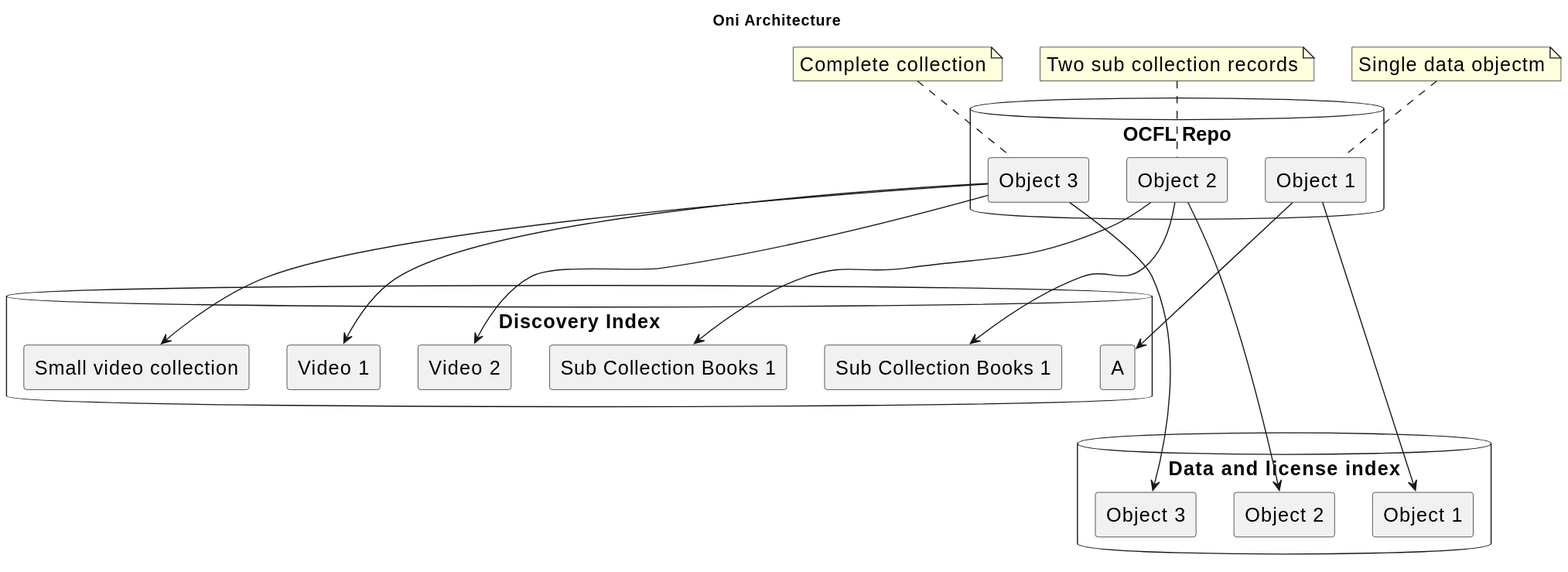
The PlantUML diagram oni/oni_diagrams_oni-architecture.svg in Language-Research-Technology/plantuml-diagrams, before a commit. Its diagram source:
```plantuml
@startuml
skinparam defaultFontSize 18
title: Oni Architecture

database "Discovery Index" {
    rectangle "A" {

    }
        rectangle "Object, Diaglogue" as A {

    }
        rectangle "Sub Collection Books 1" as B {

    }
        rectangle "Sub Collection Books 1" as C {

    }
        rectangle "Small video collection"  as D{

    }
        rectangle "Video 1" as E {

    }
           rectangle "Video 2" as F {

    }

}

database "Data and license index" {
       rectangle "Object 1" as o1 {

    }
    rectangle "Object 2" as o2 {

    }
   rectangle "Object 3" as o3 {

    }

}



database "OCFL Repo" as repo {
    rectangle "Object 1" as ro1 {

    }
    rectangle "Object 2"  as ro2 {

    }
   rectangle "Object 3" as ro3 {

    }
}

note top of ro3: Complete collection
note top of ro2: Two sub collection records
note top of ro1: Single data objectm
ro1 ---> A
ro2 ---> B
ro2 ---> C
ro3 ---> D
ro3 ---> E
ro3 ---> F

ro1 --up--> o1
ro2 --up--> o2
ro3 --up--> o3
@enduml
```
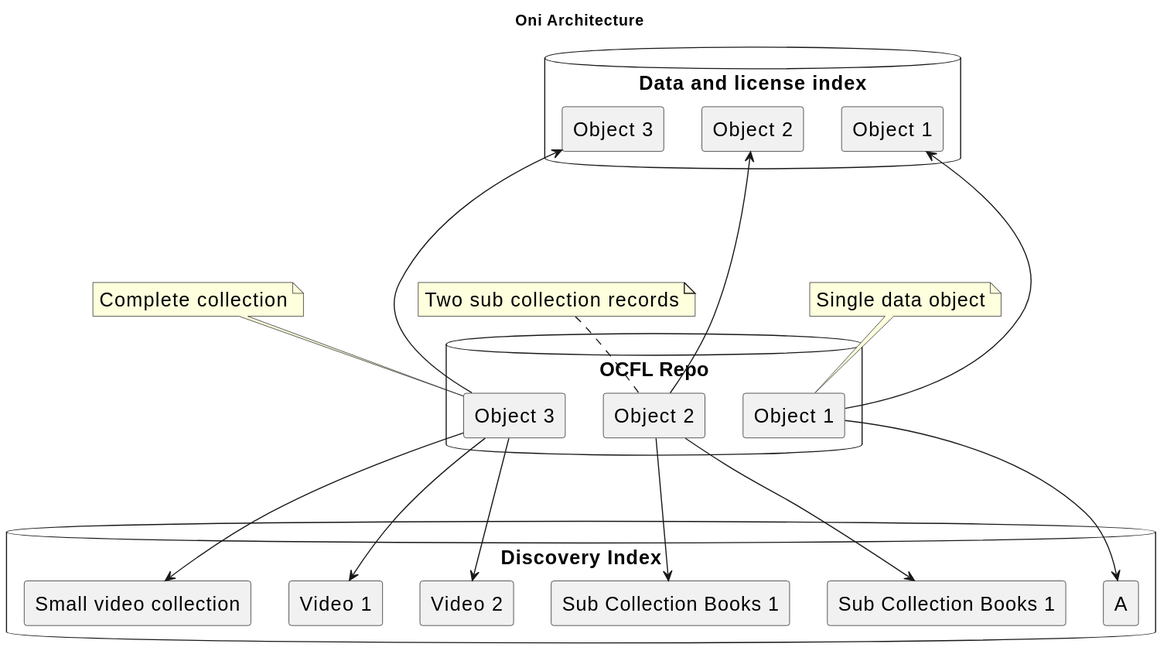
After the change.

Diff of the diagram source:
```diff
@@ -56,7 +56,7 @@
 
 note top of ro3: Complete collection
 note top of ro2: Two sub collection records
-note top of ro1: Single data objectm
+note top of ro1: Single data object
 ro1 ---> A
 ro2 ---> B
 ro2 ---> C
```
